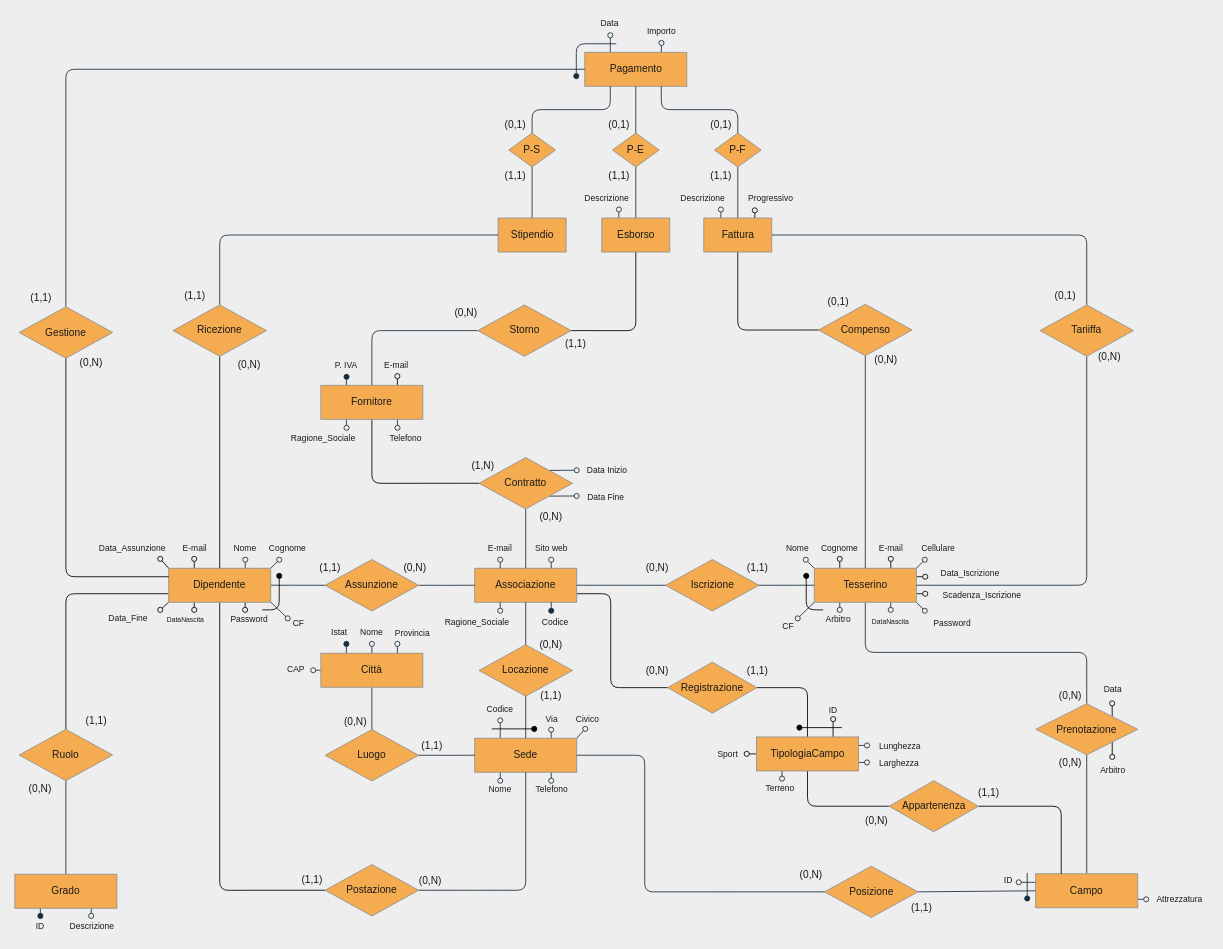
This is Relazione/modelloLogico.drawio from 0xCaso/simple-sport-manager, a draw.io file, before an edit. Source tidied: cells renumbered, new cells numbered last; positions are measured from the earlier drawing's top-left corner, leaving out a move shared by most shapes. Both pictures are drawn from the tidied source at 85%, with x=0, y=0 at pixel (14, 14).
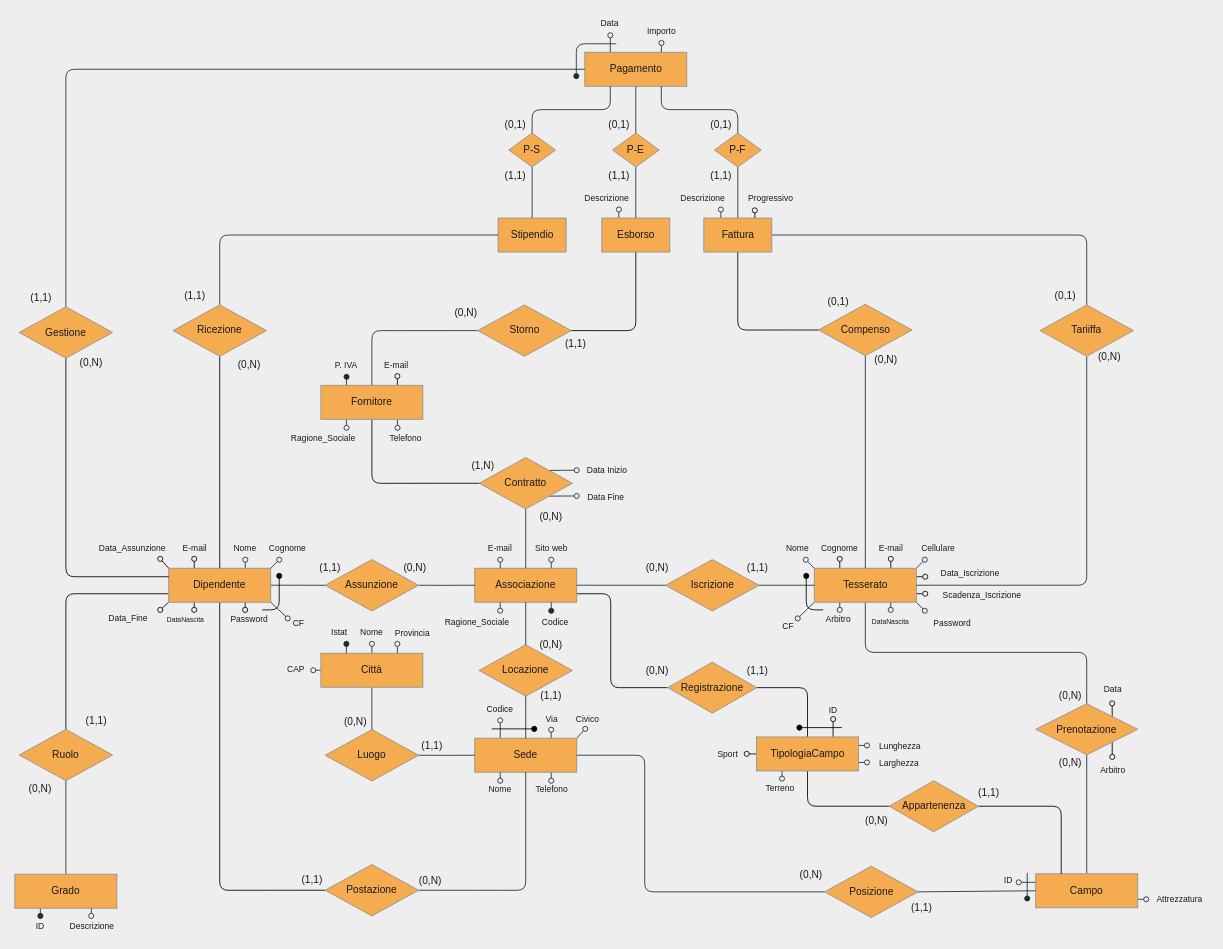
The same diagram, later.

The edit, as a diff of the source:
```diff
@@
-    <mxCell id="15" value="Tesserino" style="whiteSpace=wrap;html=1;fillColor=#F5AB50;strokeColor=#909090;fontColor=#1A1A1A;" parent="1" vertex="1">
+    <mxCell id="15" value="Tesserato" style="whiteSpace=wrap;html=1;fillColor=#F5AB50;strokeColor=#909090;fontColor=#1A1A1A;" parent="1" vertex="1">
       <mxGeometry x="940.5" y="651" width="120" height="40" as="geometry" />
     </mxCell>
```
